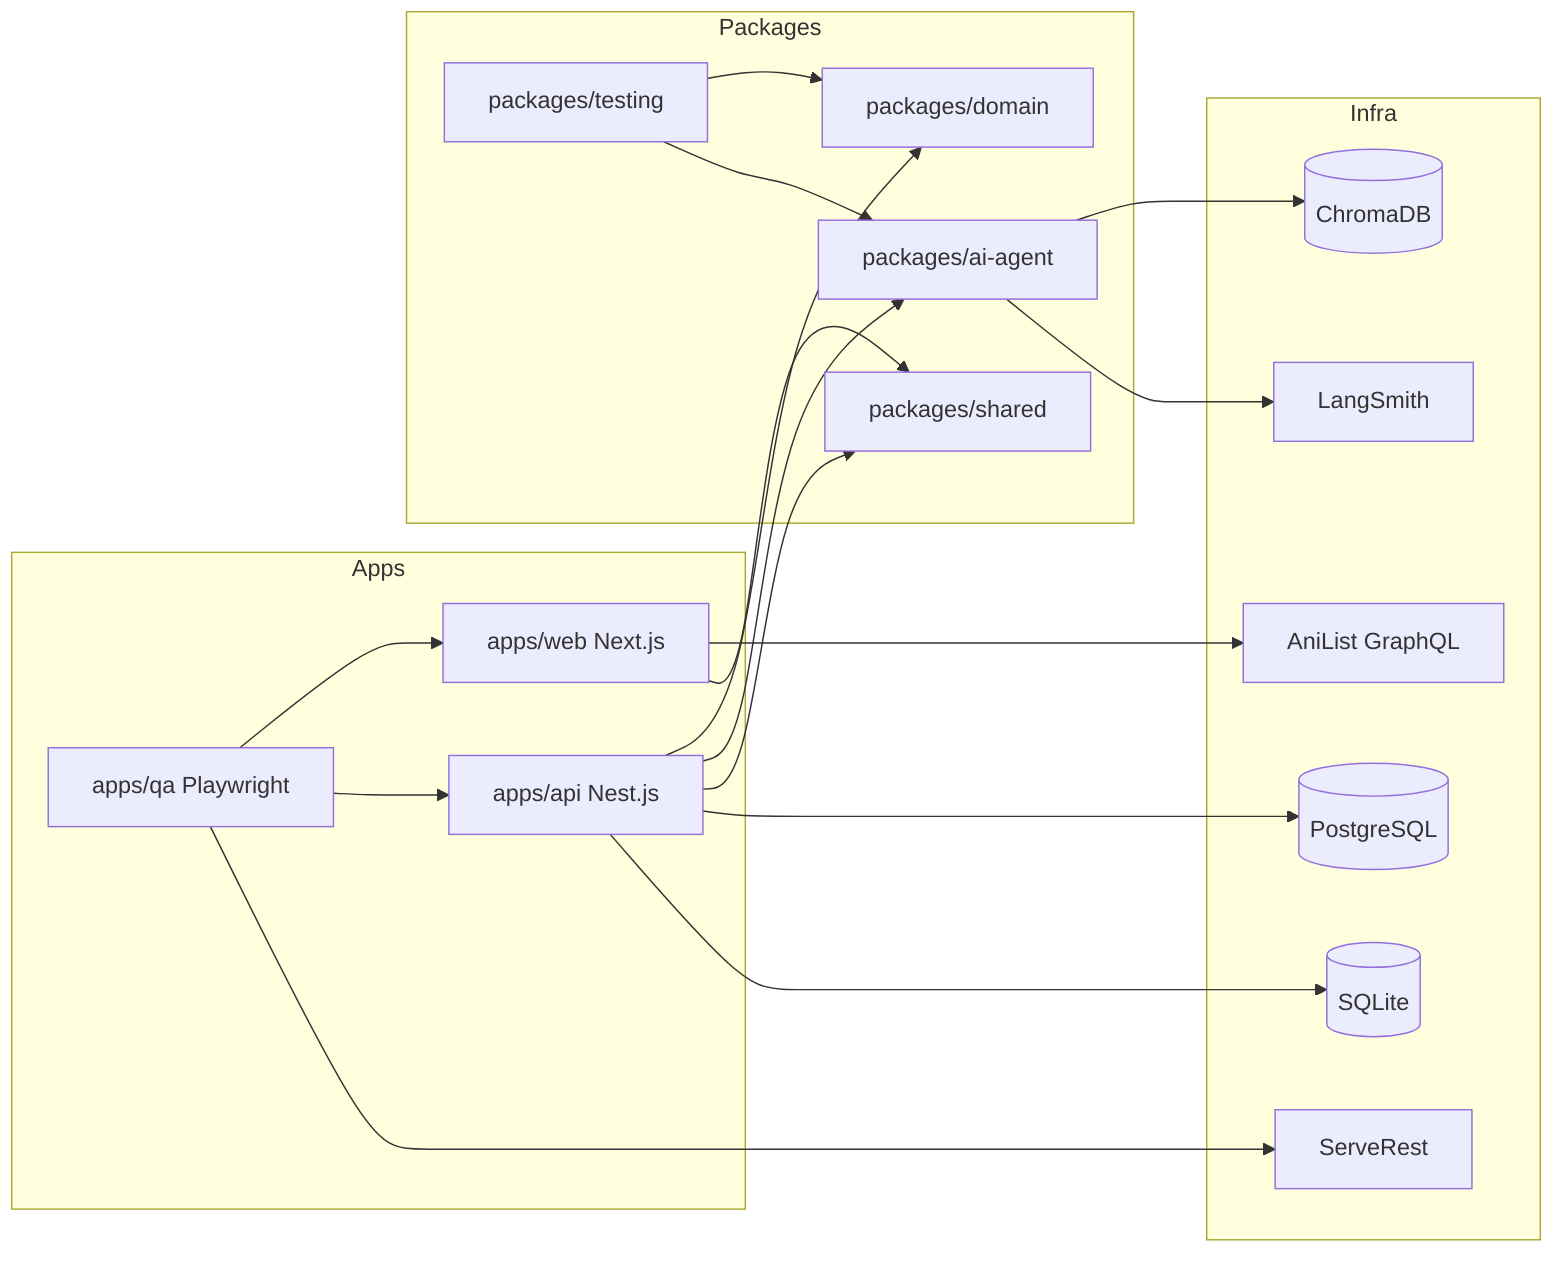
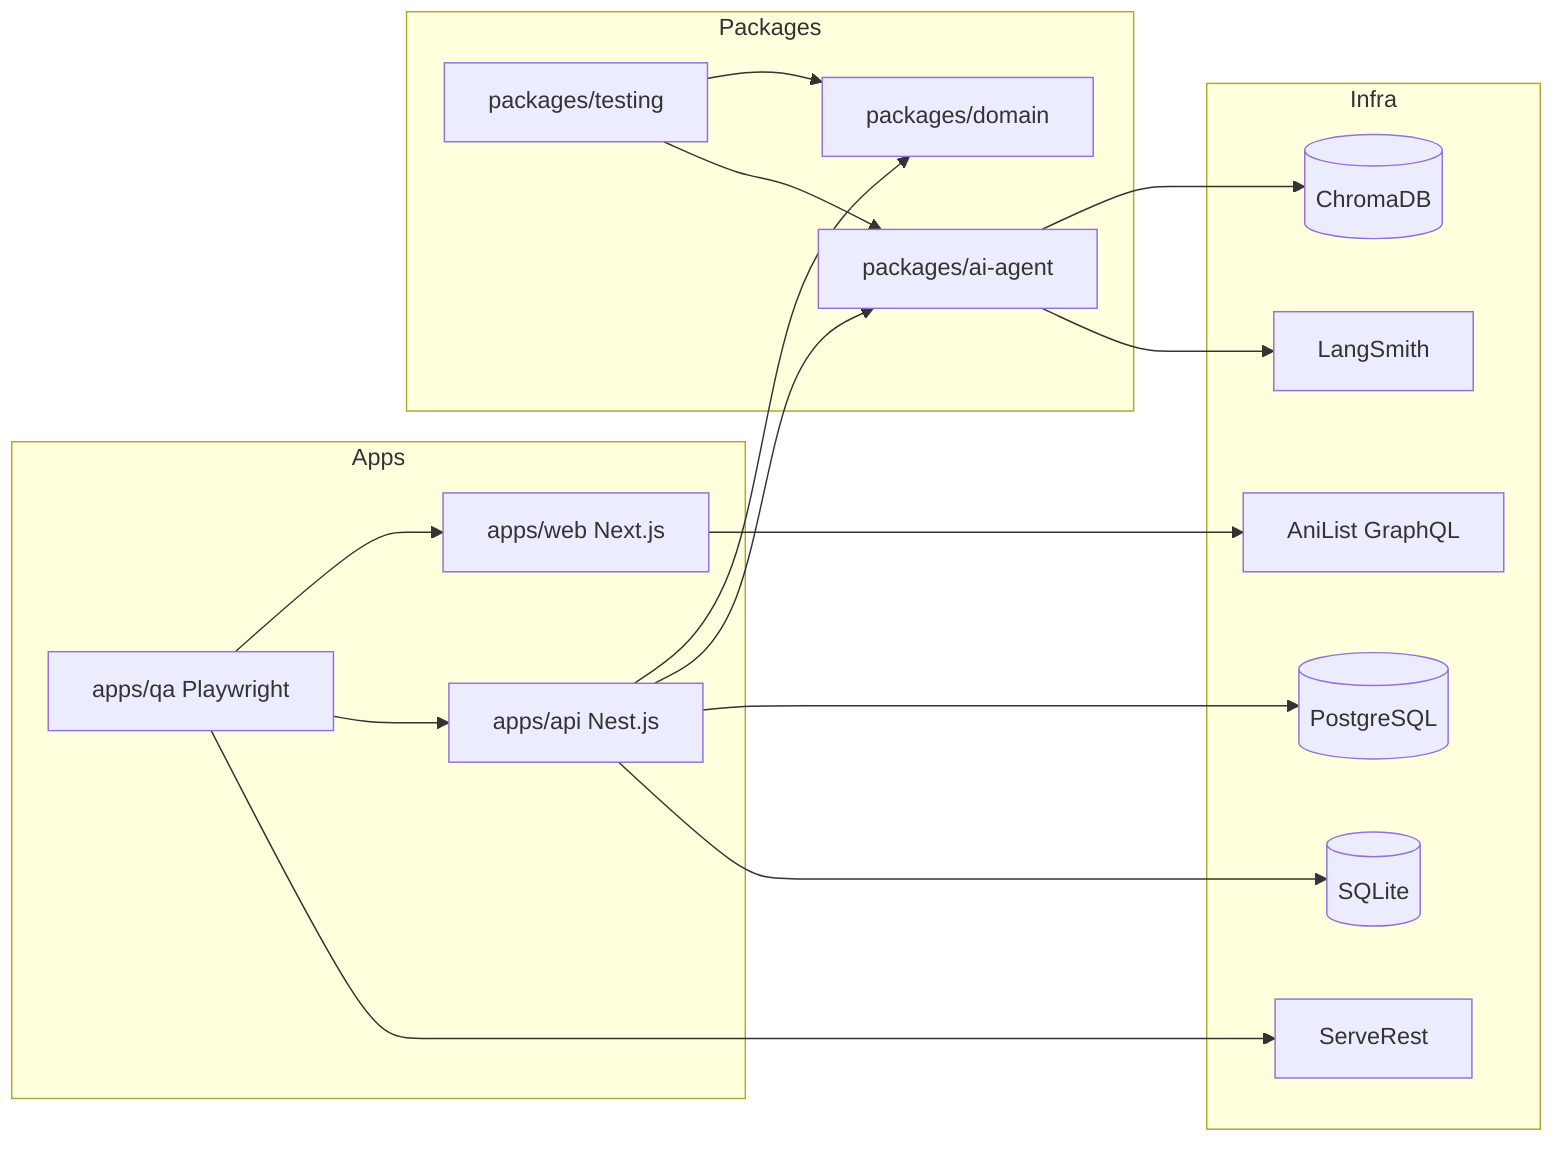
flowchart LR
  subgraph Apps
    Web[apps/web Next.js]
    Api[apps/api Nest.js]
    QA[apps/qa Playwright]
  end

  subgraph Packages
    Domain[packages/domain]
    AiAgent[packages/ai-agent]
-     Shared[packages/shared]
    Testing[packages/testing]
  end

  subgraph Infra
    Postgres[(PostgreSQL)]
    SQLite[(SQLite)]
    Chroma[(ChromaDB)]
    AniList[AniList GraphQL]
    LangSmith[LangSmith]
    ServeRest[ServeRest]
  end

  Web --> AniList
-   Web --> Shared
  Api --> Domain
  Api --> AiAgent
-   Api --> Shared
  Api --> Postgres
  Api --> SQLite
  AiAgent --> Chroma
  AiAgent --> LangSmith
  QA --> Web
  QA --> Api
  QA --> ServeRest
  Testing --> Domain
  Testing --> AiAgent

